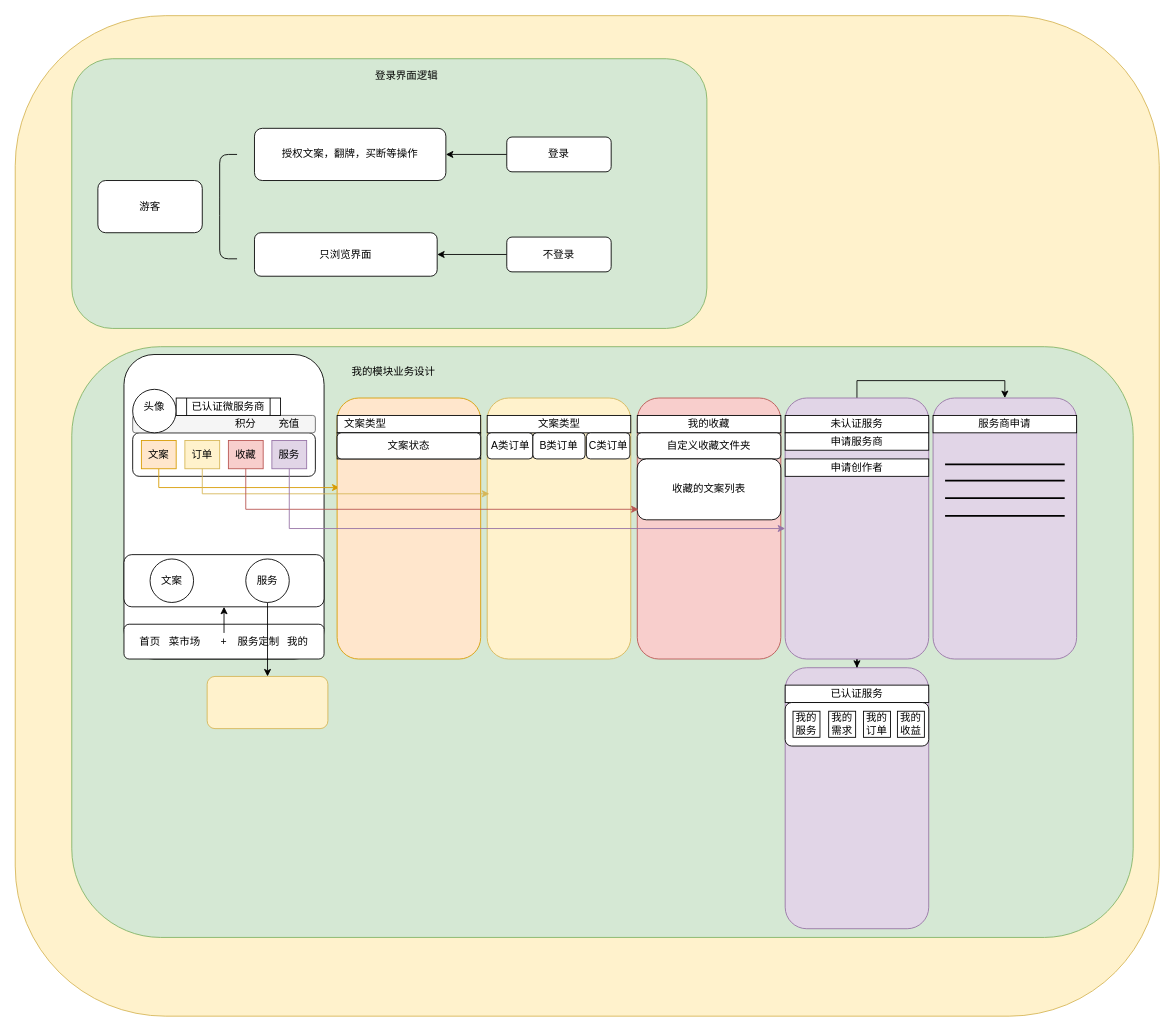
Before: Untitled Diagram.drawio in Raox1ngj1ng/mydraw, a draw.io diagram. Source tidied: cells renumbered, new cells numbered last; positions are measured from the earlier drawing's top-left corner, leaving out a move shared by most shapes. Both pictures are drawn from the tidied source at 87%, with x=0, y=0 at pixel (15, 15).
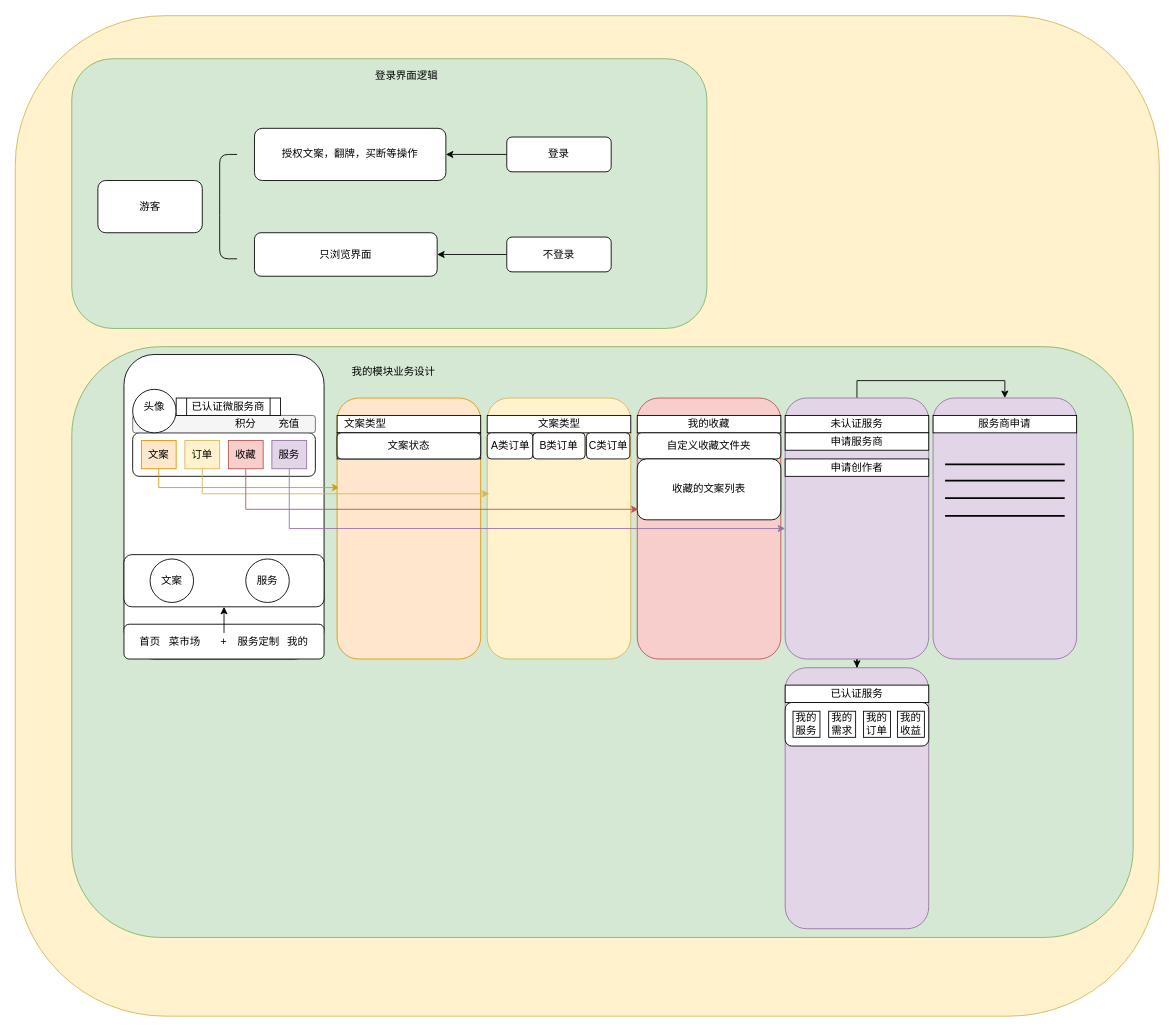
Above is the later version.

The change refers to these unchanged cells:
```xml
<mxCell id="76" value="服务" style="ellipse;whiteSpace=wrap;html=1;strokeWidth=1;" parent="1" vertex="1">
  <mxGeometry x="265" y="625" width="50" height="50" as="geometry" />
</mxCell>
```

What changed in the source:
```diff
@@
-    <mxCell id="75" style="edgeStyle=orthogonalEdgeStyle;rounded=0;jettySize=auto;html=1;exitX=0.5;exitY=1;exitDx=0;exitDy=0;entryX=0.5;entryY=0;entryDx=0;entryDy=0;" parent="1" edge="1" source="76" target="78">
-      <mxGeometry relative="1" as="geometry" />
-    </mxCell>
@@
-    <mxCell id="78" style="rounded=1;whiteSpace=wrap;html=1;strokeWidth=1;fillColor=#fff2cc;strokeColor=#d6b656;" parent="1" vertex="1">
-      <mxGeometry x="220.6" y="760" width="138.8" height="60" as="geometry" />
-    </mxCell>
```
